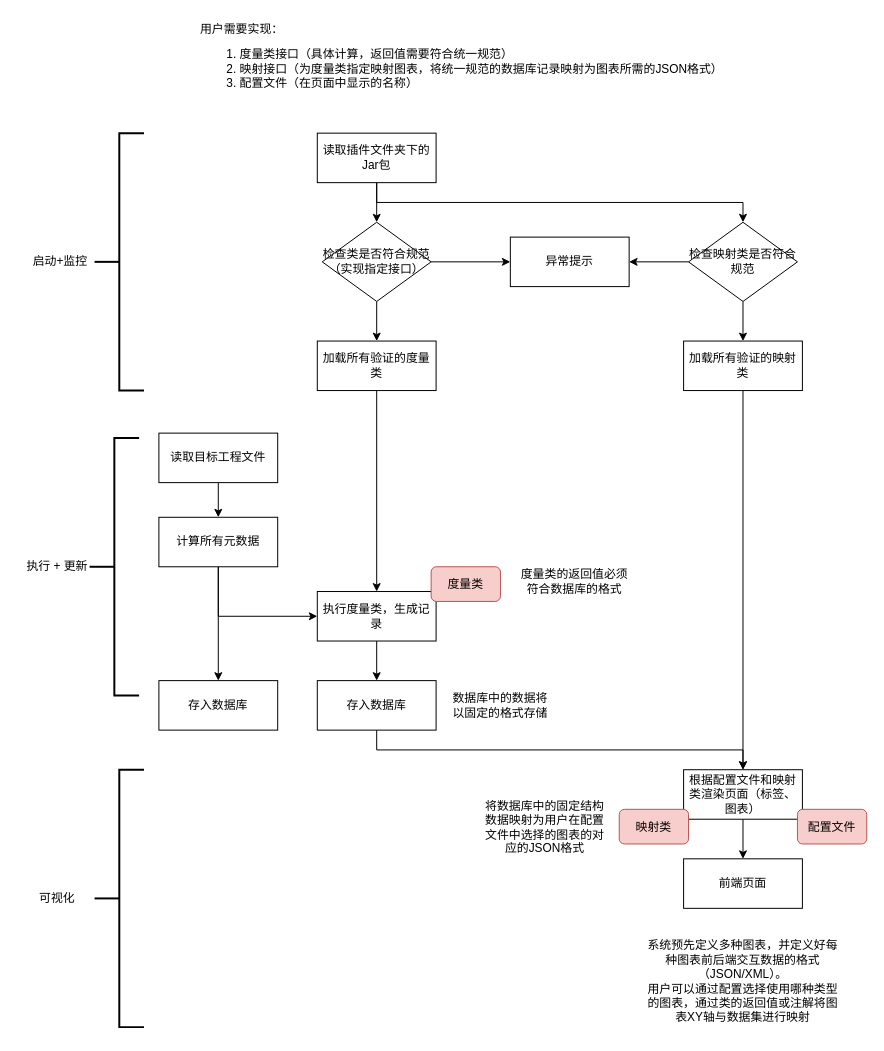
Before: design/Flowchart.drawio in liaoooyx/t4m, a draw.io diagram. Source tidied: cells renumbered, new cells numbered last; positions are measured from the earlier drawing's top-left corner, leaving out a move shared by most shapes. Both pictures are drawn from the tidied source at 99%, with x=0, y=0 at pixel (17, 17).
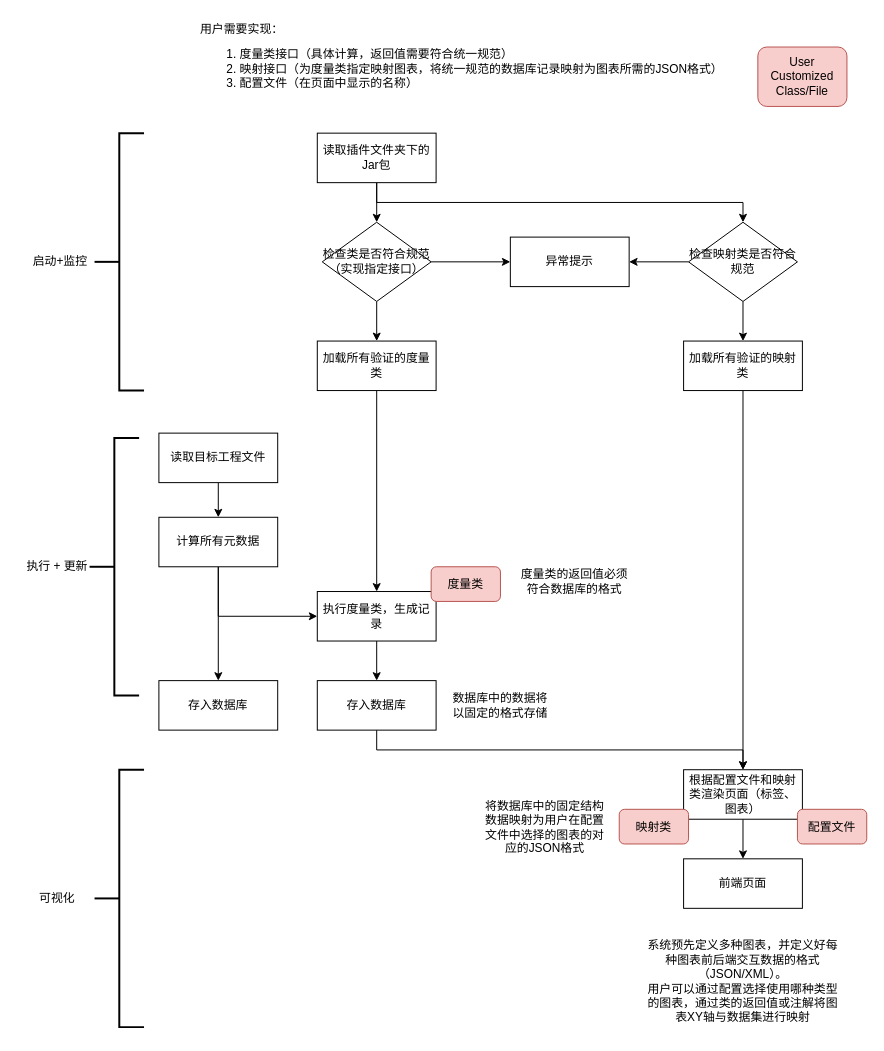
The same diagram, later.

What changed in the source:
```diff
@@
+    <mxCell id="43" value="User Customized Class/File" style="rounded=1;whiteSpace=wrap;html=1;fillColor=#f8cecc;strokeColor=#b85450;" parent="1" vertex="1">
+      <mxGeometry x="748" y="30" width="90" height="60" as="geometry" />
+    </mxCell>
```
